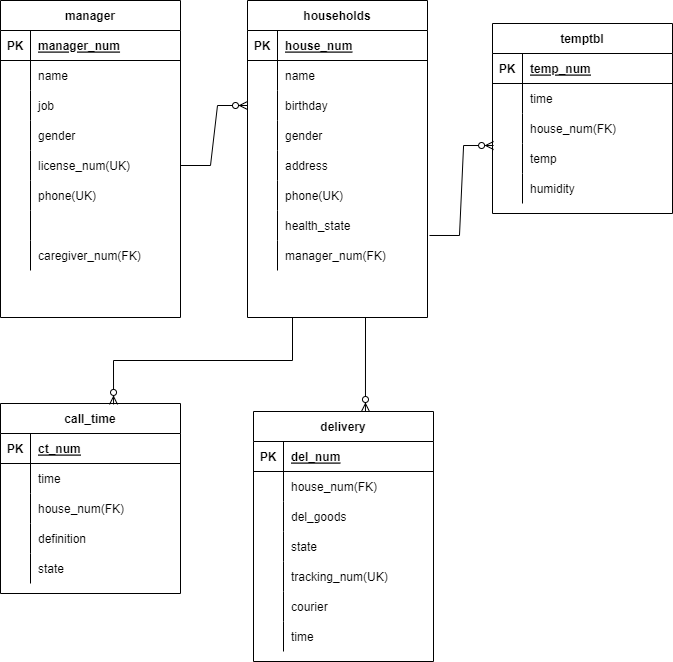
The draw.io diagram ERD.drawio.png in Yudaeun/emergency_helper, before a commit. Source tidied: cells renumbered, new cells last; positions are measured from the earlier drawing's top-left corner, leaving out a move shared by most shapes.
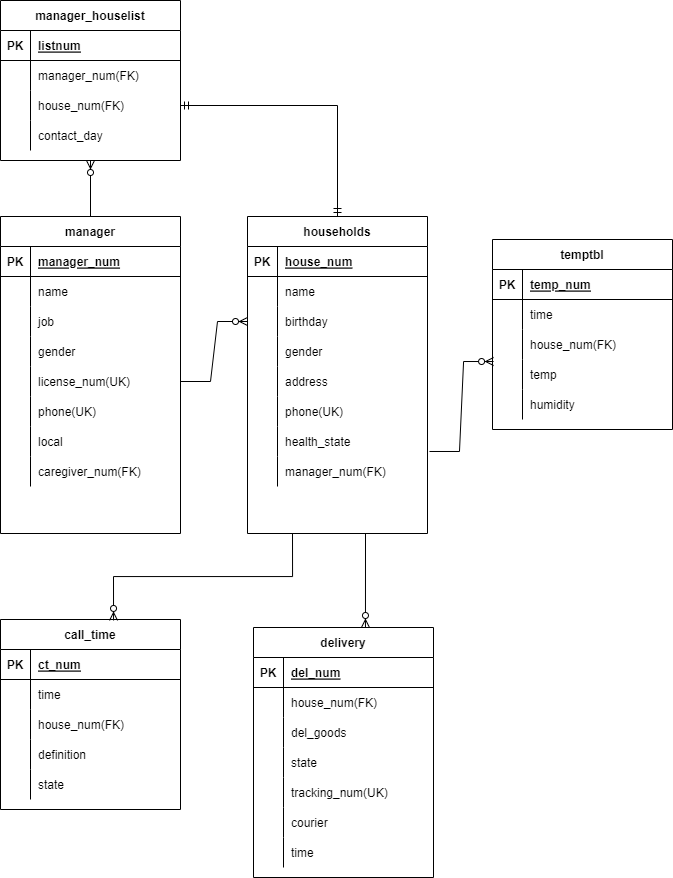
Later version of the same file.

The edit, as a diff of the source:
```diff
@@ -140,7 +140,7 @@
     <mxCell id="47" style="shape=partialRectangle;fillColor=none;top=0;left=0;bottom=0;right=0;overflow=hidden;" parent="46" vertex="1">
       <mxGeometry width="30" height="30" as="geometry" />
     </mxCell>
-    <mxCell id="48" style="shape=partialRectangle;fillColor=none;top=0;left=0;bottom=0;right=0;align=left;spacingLeft=6;overflow=hidden;" parent="46" vertex="1">
+    <mxCell id="48" value="local" style="shape=partialRectangle;fillColor=none;top=0;left=0;bottom=0;right=0;align=left;spacingLeft=6;overflow=hidden;" parent="46" vertex="1">
       <mxGeometry x="30" width="150" height="30" as="geometry" />
     </mxCell>
     <mxCell id="49" style="shape=tableRow;horizontal=0;startSize=0;swimlaneHead=0;swimlaneBody=0;fillColor=none;top=0;left=0;right=0;bottom=0;" parent="27" vertex="1">
@@ -330,5 +330,50 @@
     <mxCell id="109" style="edgeStyle=entityRelationEdgeStyle;fontSize=12;html=1;endArrow=ERzeroToMany;endFill=1;rounded=0;entryX=0.006;entryY=0.067;entryDx=0;entryDy=0;entryPerimeter=0;exitX=1.011;exitY=0.833;exitDx=0;exitDy=0;exitPerimeter=0;" parent="1" edge="1" source="21" target="62">
       <mxGeometry relative="1" as="geometry" />
     </mxCell>
+    <mxCell id="110" value="manager_houselist" style="shape=table;startSize=30;rowLines=0;fontStyle=1;align=center;" parent="1" vertex="1">
+      <mxGeometry y="-216" width="180" height="160" as="geometry" />
+    </mxCell>
+    <mxCell id="111" style="shape=tableRow;horizontal=0;startSize=0;swimlaneHead=0;swimlaneBody=0;fillColor=none;top=0;left=0;right=0;bottom=1;" parent="110" vertex="1">
+      <mxGeometry y="30" width="180" height="30" as="geometry" />
+    </mxCell>
+    <mxCell id="112" value="PK" style="shape=partialRectangle;fillColor=none;top=0;left=0;bottom=0;right=0;fontStyle=1;overflow=hidden;" parent="111" vertex="1">
+      <mxGeometry width="30" height="30" as="geometry" />
+    </mxCell>
+    <mxCell id="113" value="listnum" style="shape=partialRectangle;fillColor=none;top=0;left=0;bottom=0;right=0;align=left;spacingLeft=6;fontStyle=5;overflow=hidden;" parent="111" vertex="1">
+      <mxGeometry x="30" width="150" height="30" as="geometry" />
+    </mxCell>
+    <mxCell id="114" style="shape=tableRow;horizontal=0;startSize=0;swimlaneHead=0;swimlaneBody=0;fillColor=none;top=0;left=0;right=0;bottom=0;" parent="110" vertex="1">
+      <mxGeometry y="60" width="180" height="30" as="geometry" />
+    </mxCell>
+    <mxCell id="115" style="shape=partialRectangle;fillColor=none;top=0;left=0;bottom=0;right=0;overflow=hidden;" parent="114" vertex="1">
+      <mxGeometry width="30" height="30" as="geometry" />
+    </mxCell>
+    <mxCell id="116" value="manager_num(FK)" style="shape=partialRectangle;fillColor=none;top=0;left=0;bottom=0;right=0;align=left;spacingLeft=6;overflow=hidden;" parent="114" vertex="1">
+      <mxGeometry x="30" width="150" height="30" as="geometry" />
+    </mxCell>
+    <mxCell id="117" style="shape=tableRow;horizontal=0;startSize=0;swimlaneHead=0;swimlaneBody=0;fillColor=none;points=[[0,0.5],[1,0.5]];portConstraint=eastwest;top=0;left=0;right=0;bottom=0;" parent="110" vertex="1">
+      <mxGeometry y="90" width="180" height="30" as="geometry" />
+    </mxCell>
+    <mxCell id="118" style="shape=partialRectangle;fillColor=none;top=0;left=0;bottom=0;right=0;overflow=hidden;" parent="117" vertex="1">
+      <mxGeometry width="30" height="30" as="geometry" />
+    </mxCell>
+    <mxCell id="119" value="house_num(FK)" style="shape=partialRectangle;fillColor=none;top=0;left=0;bottom=0;right=0;align=left;spacingLeft=6;overflow=hidden;" parent="117" vertex="1">
+      <mxGeometry x="30" width="150" height="30" as="geometry" />
+    </mxCell>
+    <mxCell id="120" style="shape=tableRow;horizontal=0;startSize=0;swimlaneHead=0;swimlaneBody=0;fillColor=none;top=0;left=0;right=0;bottom=0;" parent="110" vertex="1">
+      <mxGeometry y="120" width="180" height="30" as="geometry" />
+    </mxCell>
+    <mxCell id="121" style="shape=partialRectangle;fillColor=none;top=0;left=0;bottom=0;right=0;overflow=hidden;" parent="120" vertex="1">
+      <mxGeometry width="30" height="30" as="geometry" />
+    </mxCell>
+    <mxCell id="122" value="contact_day" style="shape=partialRectangle;fillColor=none;top=0;left=0;bottom=0;right=0;align=left;spacingLeft=6;overflow=hidden;" parent="120" vertex="1">
+      <mxGeometry x="30" width="150" height="30" as="geometry" />
+    </mxCell>
+    <mxCell id="123" style="edgeStyle=orthogonalEdgeStyle;fontSize=12;html=1;endArrow=ERzeroToMany;endFill=1;rounded=0;entryX=0.5;entryY=1;entryDx=0;entryDy=0;exitX=0.5;exitY=0;exitDx=0;exitDy=0;" parent="1" edge="1" source="27" target="110">
+      <mxGeometry relative="1" as="geometry" />
+    </mxCell>
+    <mxCell id="124" style="edgeStyle=orthogonalEdgeStyle;fontSize=12;html=1;endArrow=ERmandOne;startArrow=ERmandOne;rounded=0;entryX=0.5;entryY=0;entryDx=0;entryDy=0;exitX=1;exitY=0.5;exitDx=0;exitDy=0;" parent="1" edge="1" source="117" target="2">
+      <mxGeometry relative="1" as="geometry" />
+    </mxCell>
   </root>
 </mxGraphModel>
```
